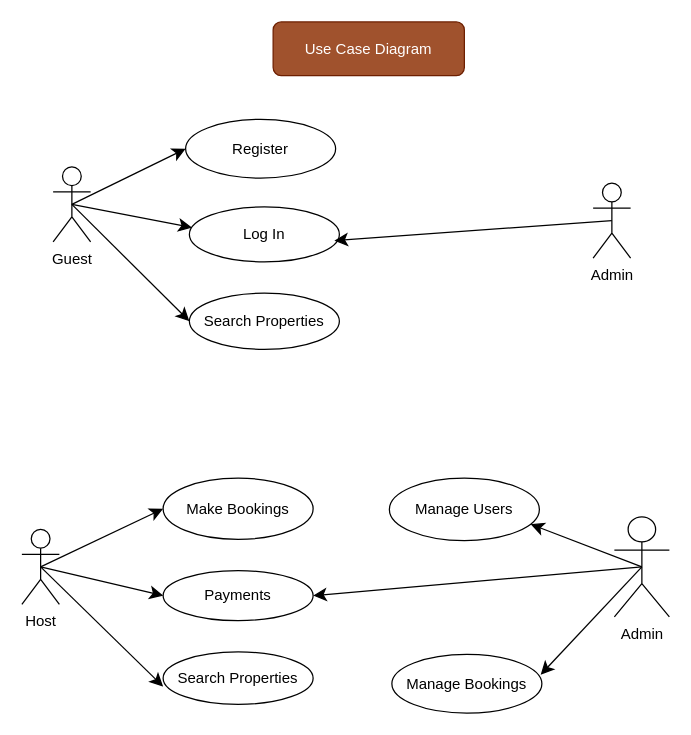
Before: page "Page-3" (3 of 3) of Untitled Diagram.drawio in kimutaifaith/airbnb-clone-project, a draw.io diagram. Source tidied: cells renumbered, new cells numbered last; positions are measured from the earlier drawing's top-left corner, leaving out a move shared by most shapes. Both pictures are drawn from the tidied source at 125%, with x=0, y=0 at pixel (21, 21).
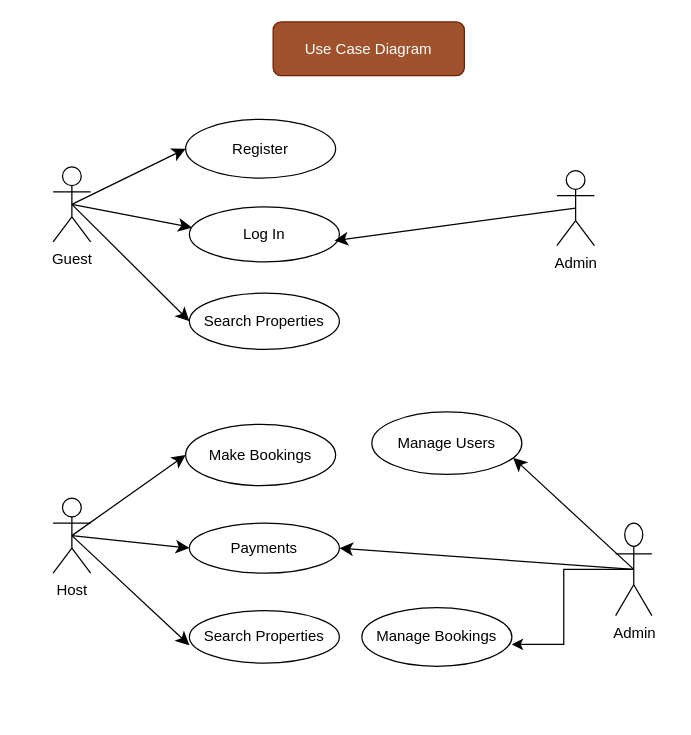
Above is the later version.

Change to the diagram source:
```diff
@@
     <mxCell id="8" value="Admin" style="shape=umlActor;verticalLabelPosition=bottom;verticalAlign=top;html=1;outlineConnect=0;" parent="1" vertex="1">
-      <mxGeometry x="457" y="129" width="30" height="60" as="geometry" />
+      <mxGeometry x="428" y="119" width="30" height="60" as="geometry" />
     </mxCell>
@@
     <mxCell id="11" value="Host" style="shape=umlActor;verticalLabelPosition=bottom;verticalAlign=top;html=1;outlineConnect=0;" parent="1" vertex="1">
-      <mxGeometry y="406" width="30" height="60" as="geometry" />
+      <mxGeometry x="25" y="381" width="30" height="60" as="geometry" />
     </mxCell>
     <mxCell id="12" value="Make Bookings" style="ellipse;whiteSpace=wrap;html=1;" parent="1" vertex="1">
-      <mxGeometry x="113" y="365" width="120" height="49" as="geometry" />
+      <mxGeometry x="131" y="322" width="120" height="49" as="geometry" />
     </mxCell>
     <mxCell id="13" value="Payments" style="ellipse;whiteSpace=wrap;html=1;" parent="1" vertex="1">
-      <mxGeometry x="113" y="439" width="120" height="40" as="geometry" />
+      <mxGeometry x="134" y="401" width="120" height="40" as="geometry" />
     </mxCell>
     <mxCell id="14" value="Manage Users" style="ellipse;whiteSpace=wrap;html=1;" parent="1" vertex="1">
-      <mxGeometry x="294" y="365" width="120" height="50" as="geometry" />
+      <mxGeometry x="280" y="312" width="120" height="50" as="geometry" />
     </mxCell>
     <mxCell id="15" value="Search Properties" style="ellipse;whiteSpace=wrap;html=1;" parent="1" vertex="1">
-      <mxGeometry x="113" y="504" width="120" height="42" as="geometry" />
+      <mxGeometry x="134" y="471" width="120" height="42" as="geometry" />
     </mxCell>
     <mxCell id="16" value="Manage Bookings" style="ellipse;whiteSpace=wrap;html=1;" parent="1" vertex="1">
-      <mxGeometry x="296" y="506" width="120" height="47" as="geometry" />
+      <mxGeometry x="272" y="468.5" width="120" height="47" as="geometry" />
     </mxCell>
@@
     <mxCell id="18" value="Admin" style="shape=umlActor;verticalLabelPosition=bottom;verticalAlign=top;html=1;outlineConnect=0;" parent="1" vertex="1">
-      <mxGeometry x="474" y="396" width="44" height="80" as="geometry" />
+      <mxGeometry x="475" y="401" width="29" height="74" as="geometry" />
     </mxCell>
-    <mxCell id="19" style="edgeStyle=none;curved=1;rounded=0;jettySize=auto;html=1;exitX=0.5;exitY=0.5;exitDx=0;exitDy=0;exitPerimeter=0;entryX=0.992;entryY=0.346;entryDx=0;entryDy=0;entryPerimeter=0;fontSize=12;startSize=8;endSize=8;" parent="1" edge="1" source="18" target="16">
-      <mxGeometry relative="1" as="geometry" />
-    </mxCell>
-    <mxCell id="20" style="edgeStyle=none;curved=1;rounded=0;jettySize=auto;html=1;exitX=0.5;exitY=0.5;exitDx=0;exitDy=0;exitPerimeter=0;entryX=0.942;entryY=0.737;entryDx=0;entryDy=0;entryPerimeter=0;fontSize=12;startSize=8;endSize=8;" parent="1" edge="1" source="18" target="14">
+    <mxCell id="20" style="edgeStyle=none;curved=1;rounded=0;jettySize=auto;html=1;entryX=0.942;entryY=0.737;entryDx=0;entryDy=0;entryPerimeter=0;fontSize=12;startSize=8;endSize=8;exitX=0.5;exitY=0.5;exitDx=0;exitDy=0;exitPerimeter=0;" parent="1" edge="1" source="18" target="14">
       <mxGeometry relative="1" as="geometry" />
     </mxCell>
@@
+    <mxCell id="19" style="edgeStyle=orthogonalEdgeStyle;rounded=0;jettySize=auto;html=1;exitX=0.5;exitY=0.5;exitDx=0;exitDy=0;exitPerimeter=0;entryX=1;entryY=0.628;entryDx=0;entryDy=0;entryPerimeter=0;" parent="1" edge="1" source="18" target="16">
+      <mxGeometry relative="1" as="geometry" />
+    </mxCell>
```
